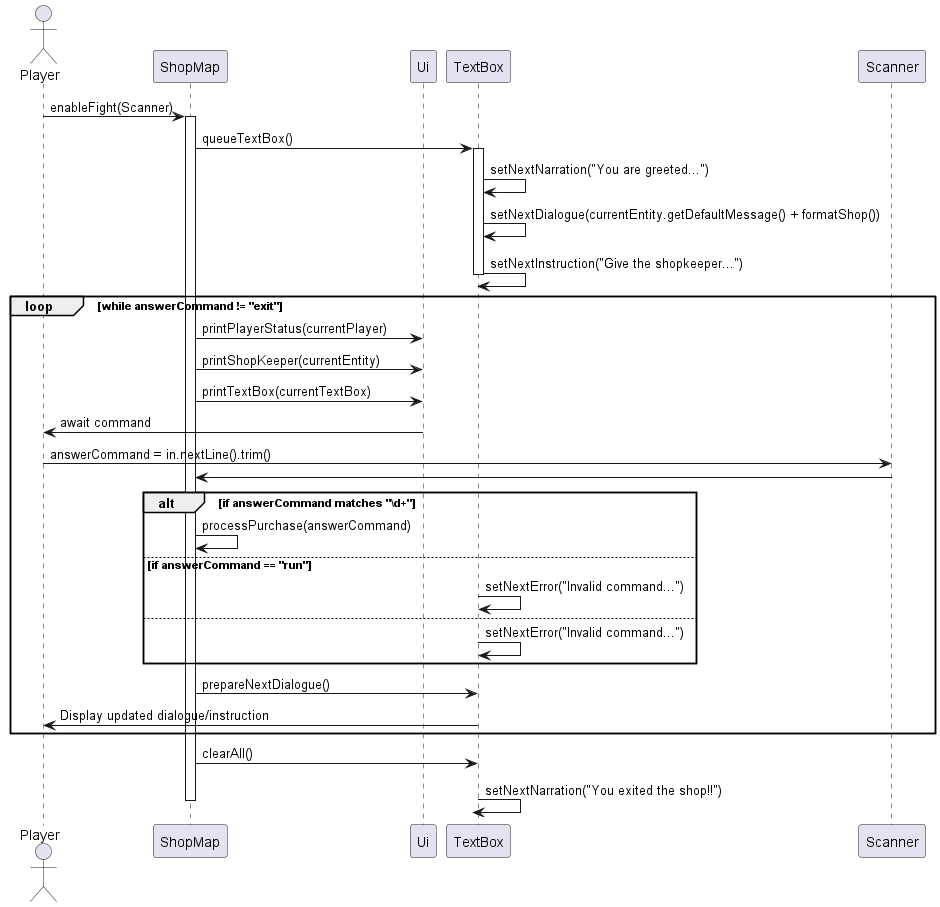
The PlantUML diagram picture/ShopMap.png in aaravrawal52/tp, before a commit. Its diagram source:
```plantuml
@startuml
actor Player
participant "ShopMap" as Shop
participant "Ui" as UI
participant "TextBox" as TextBox
participant "Scanner" as Scanner

Player -> Shop : enableFight(Scanner)
activate Shop

Shop -> TextBox : queueTextBox()
activate TextBox
TextBox -> TextBox : setNextNarration("You are greeted...")
TextBox -> TextBox : setNextDialogue(currentEntity.getDefaultMessage() + formatShop())
TextBox -> TextBox : setNextInstruction("Give the shopkeeper...")
deactivate TextBox

loop while answerCommand != "exit"
    Shop -> UI : printPlayerStatus(currentPlayer)
    Shop -> UI : printShopKeeper(currentEntity)
    Shop -> UI : printTextBox(currentTextBox)
    UI -> Player : await command
    Player -> Scanner : answerCommand = in.nextLine().trim()
    Scanner -> Shop

    alt if answerCommand matches "\\d+"
        Shop -> Shop : processPurchase(answerCommand)
    else if answerCommand == "run"
        TextBox -> TextBox : setNextError("Invalid command...")
    else
        TextBox -> TextBox : setNextError("Invalid command...")
    end if

    Shop -> TextBox : prepareNextDialogue()
    TextBox -> Player : Display updated dialogue/instruction
end

Shop -> TextBox : clearAll()
TextBox -> TextBox : setNextNarration("You exited the shop!!")
deactivate Shop
@enduml
```
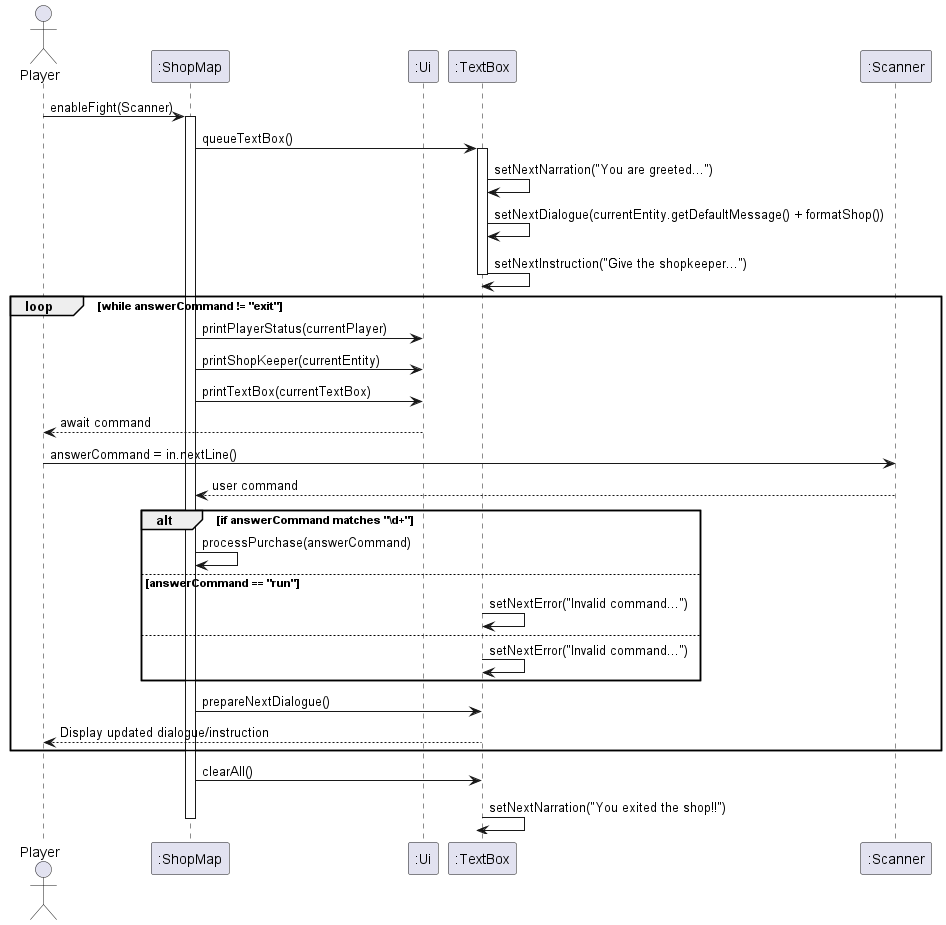
The same file after the commit.

Change to the diagram source:
```diff
@@ -1,9 +1,9 @@
 @startuml
 actor Player
-participant "ShopMap" as Shop
-participant "Ui" as UI
-participant "TextBox" as TextBox
-participant "Scanner" as Scanner
+participant ":ShopMap" as Shop
+participant ":Ui" as UI
+participant ":TextBox" as TextBox
+participant ":Scanner" as Scanner
 
 Player -> Shop : enableFight(Scanner)
 activate Shop
@@ -19,20 +19,20 @@
     Shop -> UI : printPlayerStatus(currentPlayer)
     Shop -> UI : printShopKeeper(currentEntity)
     Shop -> UI : printTextBox(currentTextBox)
-    UI -> Player : await command
-    Player -> Scanner : answerCommand = in.nextLine().trim()
-    Scanner -> Shop
+    UI --> Player : await command
+    Player -> Scanner : answerCommand = in.nextLine()
+    Scanner --> Shop : user command
 
     alt if answerCommand matches "\\d+"
         Shop -> Shop : processPurchase(answerCommand)
-    else if answerCommand == "run"
+    else answerCommand == "run"
         TextBox -> TextBox : setNextError("Invalid command...")
     else
         TextBox -> TextBox : setNextError("Invalid command...")
     end if
 
     Shop -> TextBox : prepareNextDialogue()
-    TextBox -> Player : Display updated dialogue/instruction
+    TextBox --> Player : Display updated dialogue/instruction
 end
 
 Shop -> TextBox : clearAll()
```
